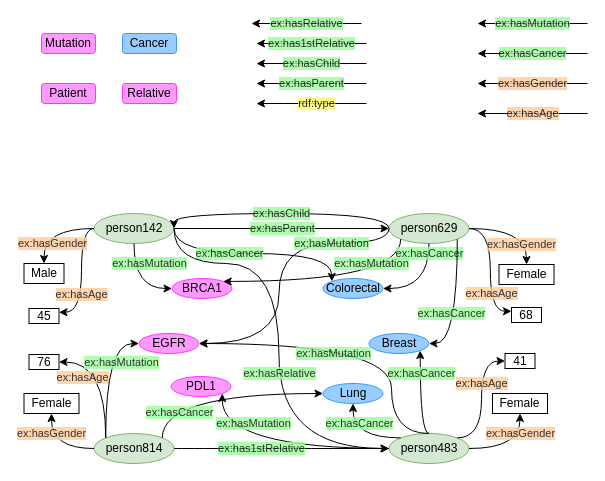
This is Untitled Diagram.drawio from jason-huanghao/drawio_graphs, a draw.io file, before an edit. Source tidied: cells renumbered, new cells numbered last; positions are measured from the earlier drawing's top-left corner, leaving out a move shared by most shapes. Both pictures are drawn from the tidied source at 100%, with x=0, y=0 at pixel (23, 23).
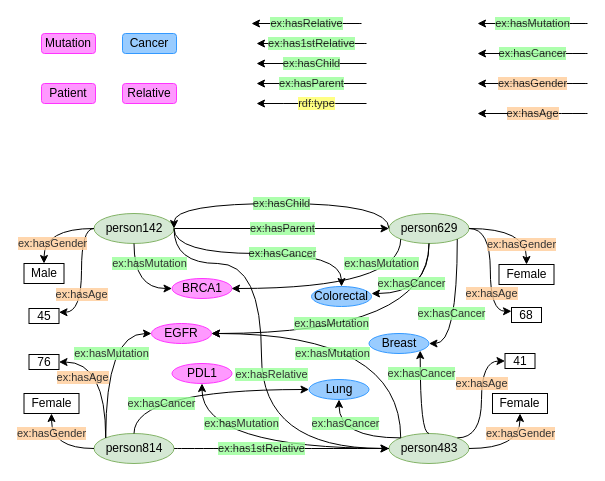
The same page after the edit.

Unchanged cells that the change refers to:
```xml
<mxCell id="3" value="person142" style="ellipse;whiteSpace=wrap;html=1;fillColor=#d5e8d4;strokeColor=#82b366;" parent="1" vertex="1">
  <mxGeometry x="70.5" y="190" width="80" height="30" as="geometry" />
</mxCell>
<mxCell id="4" value="person629" style="ellipse;whiteSpace=wrap;html=1;fillColor=#d5e8d4;strokeColor=#82b366;" parent="1" vertex="1">
  <mxGeometry x="365.5" y="190" width="80" height="30" as="geometry" />
</mxCell>
<mxCell id="13" value="BRCA1" style="ellipse;whiteSpace=wrap;html=1;fillColor=#FF99FF;strokeColor=#FF33FF;" parent="1" vertex="1">
  <mxGeometry x="148.5" y="255" width="60" height="20" as="geometry" />
</mxCell>
<mxCell id="15" value="person483" style="ellipse;whiteSpace=wrap;html=1;fillColor=#d5e8d4;strokeColor=#82b366;" parent="1" vertex="1">
  <mxGeometry x="365.5" y="410" width="80" height="30" as="geometry" />
</mxCell>
<mxCell id="16" value="person814" style="ellipse;whiteSpace=wrap;html=1;fillColor=#d5e8d4;strokeColor=#82b366;" parent="1" vertex="1">
  <mxGeometry x="70.5" y="410" width="80" height="30" as="geometry" />
</mxCell>
```

Change to the diagram source:
```diff
@@
     <mxCell id="12" value="EGFR" style="ellipse;whiteSpace=wrap;html=1;fillColor=#FF99FF;strokeColor=#FF33FF;" parent="1" vertex="1">
-      <mxGeometry x="115.5" y="310" width="60" height="20" as="geometry" />
+      <mxGeometry x="128" y="300" width="60" height="20" as="geometry" />
     </mxCell>
@@
     <mxCell id="18" value="Lung" style="ellipse;whiteSpace=wrap;html=1;fillColor=#99CCFF;strokeColor=#3399FF;" parent="1" vertex="1">
-      <mxGeometry x="299.5" y="360" width="60" height="20" as="geometry" />
+      <mxGeometry x="285.5" y="356" width="60" height="20" as="geometry" />
     </mxCell>
@@
     <mxCell id="20" value="Colorectal" style="ellipse;whiteSpace=wrap;html=1;fillColor=#99CCFF;strokeColor=#3399FF;" parent="1" vertex="1">
-      <mxGeometry x="299.5" y="255" width="60" height="20" as="geometry" />
+      <mxGeometry x="288" y="263" width="60" height="20" as="geometry" />
     </mxCell>
@@
     <mxCell id="23" value="PDL1" style="ellipse;whiteSpace=wrap;html=1;fillColor=#FF99FF;strokeColor=#FF33FF;" parent="1" vertex="1">
-      <mxGeometry x="147.5" y="353" width="60" height="20" as="geometry" />
+      <mxGeometry x="148.5" y="340" width="60" height="20" as="geometry" />
     </mxCell>
@@
     <mxCell id="26" value="ex:hasChild" style="edgeStyle=orthogonalEdgeStyle;rounded=0;jettySize=auto;html=1;exitX=0;exitY=0.5;exitDx=0;exitDy=0;curved=1;labelBackgroundColor=#99FF99;entryX=1;entryY=0.5;entryDx=0;entryDy=0;textOpacity=80;" parent="1" edge="1" source="4" target="3">
       <mxGeometry relative="1" as="geometry">
         <Array as="points">
-          <mxPoint x="365.5" y="190" />
-          <mxPoint x="150.5" y="190" />
+          <mxPoint x="366" y="180" />
+          <mxPoint x="151" y="180" />
         </Array>
       </mxGeometry>
     </mxCell>
@@
-    <mxCell id="41" value="ex:hasMutation" style="edgeStyle=orthogonalEdgeStyle;rounded=0;jettySize=auto;html=1;exitX=0;exitY=1;exitDx=0;exitDy=0;curved=1;labelBackgroundColor=#99FF99;entryX=1;entryY=0;entryDx=0;entryDy=0;textOpacity=80;" parent="1" edge="1" source="4" target="13">
-      <mxGeometry x="-0.35" y="-18" relative="1" as="geometry">
+    <mxCell id="41" value="ex:hasMutation" style="edgeStyle=orthogonalEdgeStyle;rounded=0;jettySize=auto;html=1;exitX=0;exitY=1;exitDx=0;exitDy=0;curved=1;labelBackgroundColor=#99FF99;entryX=0.992;entryY=0.5;entryDx=0;entryDy=0;textOpacity=80;entryPerimeter=0;" parent="1" edge="1" source="4" target="13">
+      <mxGeometry x="-0.78" y="-19" relative="1" as="geometry">
         <Array as="points">
-          <mxPoint x="377.5" y="258" />
+          <mxPoint x="377" y="265" />
         </Array>
       </mxGeometry>
     </mxCell>
-    <mxCell id="42" value="ex:hasMutation" style="edgeStyle=orthogonalEdgeStyle;rounded=0;jettySize=auto;html=1;exitX=0;exitY=0.5;exitDx=0;exitDy=0;curved=1;labelBackgroundColor=#99FF99;entryX=1;entryY=0.5;entryDx=0;entryDy=0;textOpacity=80;" parent="1" edge="1" source="4" target="12">
-      <mxGeometry x="-0.52" relative="1" as="geometry">
+    <mxCell id="42" value="ex:hasMutation" style="edgeStyle=orthogonalEdgeStyle;rounded=0;jettySize=auto;html=1;exitX=0.5;exitY=1;exitDx=0;exitDy=0;curved=1;labelBackgroundColor=#99FF99;entryX=1;entryY=0.5;entryDx=0;entryDy=0;textOpacity=80;" parent="1" edge="1" source="4" target="12">
+      <mxGeometry x="0.22" y="-10" relative="1" as="geometry">
         <Array as="points">
-          <mxPoint x="365.5" y="220" />
-          <mxPoint x="255.5" y="220" />
-          <mxPoint x="255.5" y="320" />
+          <mxPoint x="406" y="310" />
         </Array>
       </mxGeometry>
     </mxCell>
-    <mxCell id="43" value="ex:hasCancer" style="edgeStyle=orthogonalEdgeStyle;rounded=0;jettySize=auto;html=1;exitX=1;exitY=0.5;exitDx=0;exitDy=0;curved=1;labelBackgroundColor=#99FF99;entryX=0;entryY=0;entryDx=0;entryDy=0;textOpacity=80;" parent="1" edge="1" source="3" target="20">
-      <mxGeometry x="-0.24" relative="1" as="geometry">
-        <Array as="points">
-          <mxPoint x="150.5" y="230" />
-          <mxPoint x="308.5" y="230" />
-        </Array>
-      </mxGeometry>
-    </mxCell>
-    <mxCell id="44" value="ex:hasCancer" style="edgeStyle=orthogonalEdgeStyle;rounded=0;jettySize=auto;html=1;exitX=0.5;exitY=1;exitDx=0;exitDy=0;curved=1;labelBackgroundColor=#99FF99;entryX=1;entryY=0.5;entryDx=0;entryDy=0;textOpacity=80;" parent="1" edge="1" source="4" target="20">
-      <mxGeometry x="-0.78" relative="1" as="geometry" />
+    <mxCell id="44" value="ex:hasCancer" style="edgeStyle=orthogonalEdgeStyle;rounded=0;jettySize=auto;html=1;exitX=0.5;exitY=1;exitDx=0;exitDy=0;curved=1;labelBackgroundColor=#99FF99;textOpacity=80;" parent="1" edge="1" source="4">
+      <mxGeometry x="0.26" y="-10" relative="1" as="geometry">
+        <mxPoint x="348" y="270" as="targetPoint" />
+        <Array as="points">
+          <mxPoint x="406" y="270" />
+        </Array>
+      </mxGeometry>
     </mxCell>
-    <mxCell id="45" value="ex:hasRelative" style="edgeStyle=orthogonalEdgeStyle;rounded=0;jettySize=auto;html=1;exitX=1;exitY=0.5;exitDx=0;exitDy=0;curved=1;labelBackgroundColor=#99FF99;entryX=0;entryY=0.5;entryDx=0;entryDy=0;textOpacity=80;" parent="1" edge="1" source="3" target="15">
-      <mxGeometry x="0.15" relative="1" as="geometry">
-        <Array as="points">
-          <mxPoint x="150.5" y="240" />
-          <mxPoint x="255.5" y="240" />
-          <mxPoint x="255.5" y="425" />
-        </Array>
-      </mxGeometry>
-    </mxCell>
-    <mxCell id="46" value="ex:hasMutation" style="edgeStyle=orthogonalEdgeStyle;rounded=0;jettySize=auto;html=1;exitX=0.5;exitY=0;exitDx=0;exitDy=0;curved=1;labelBackgroundColor=#99FF99;entryX=1;entryY=0.5;entryDx=0;entryDy=0;textOpacity=80;" parent="1" edge="1" source="15" target="12">
-      <mxGeometry x="0.17" y="10" relative="1" as="geometry">
+    <mxCell id="46" value="ex:hasMutation" style="edgeStyle=orthogonalEdgeStyle;rounded=0;jettySize=auto;html=1;curved=1;labelBackgroundColor=#99FF99;entryX=1;entryY=0.5;entryDx=0;entryDy=0;textOpacity=80;exitX=0;exitY=0;exitDx=0;exitDy=0;" parent="1" edge="1" source="15" target="12">
+      <mxGeometry x="0.18" y="20" relative="1" as="geometry">
         <Array as="points">
-          <mxPoint x="368" y="410" />
-          <mxPoint x="368" y="320" />
+          <mxPoint x="377" y="310" />
         </Array>
-        <mxPoint x="1" as="offset" />
       </mxGeometry>
     </mxCell>
@@
     <mxCell id="48" value="ex:hasMutation" style="edgeStyle=orthogonalEdgeStyle;rounded=0;jettySize=auto;html=1;exitX=0;exitY=0;exitDx=0;exitDy=0;curved=1;labelBackgroundColor=#99FF99;entryX=0;entryY=0.5;entryDx=0;entryDy=0;textOpacity=80;" parent="1" edge="1" source="16" target="12">
-      <mxGeometry x="0.17" y="-16" relative="1" as="geometry">
+      <mxGeometry x="0.46" y="-20" relative="1" as="geometry">
         <Array as="points">
-          <mxPoint x="82.5" y="320" />
+          <mxPoint x="82" y="310" />
         </Array>
       </mxGeometry>
     </mxCell>
-    <mxCell id="49" value="ex:hasCancer" style="edgeStyle=orthogonalEdgeStyle;rounded=0;jettySize=auto;html=1;exitX=1;exitY=0;exitDx=0;exitDy=0;curved=1;labelBackgroundColor=#99FF99;entryX=0;entryY=0.5;entryDx=0;entryDy=0;textOpacity=80;" parent="1" edge="1" source="16" target="18">
-      <mxGeometry x="-0.76" y="-17" relative="1" as="geometry">
+    <mxCell id="49" value="ex:hasCancer" style="edgeStyle=orthogonalEdgeStyle;rounded=0;jettySize=auto;html=1;exitX=0.5;exitY=0;exitDx=0;exitDy=0;curved=1;labelBackgroundColor=#99FF99;entryX=0;entryY=0.5;entryDx=0;entryDy=0;textOpacity=80;" parent="1" edge="1" source="16" target="18">
+      <mxGeometry x="-0.35" y="-14" relative="1" as="geometry">
         <Array as="points">
-          <mxPoint x="138.5" y="370" />
+          <mxPoint x="111" y="366" />
         </Array>
       </mxGeometry>
     </mxCell>
@@
-    <mxCell id="52" value="ex:hasMutation" style="edgeStyle=orthogonalEdgeStyle;rounded=0;jettySize=auto;html=1;exitX=0;exitY=0.5;exitDx=0;exitDy=0;curved=1;labelBackgroundColor=#99FF99;entryX=1;entryY=1;entryDx=0;entryDy=0;textOpacity=80;" parent="1" edge="1" source="15" target="23">
-      <mxGeometry x="0.24" y="-25" relative="1" as="geometry">
+    <mxCell id="52" value="ex:hasMutation" style="edgeStyle=orthogonalEdgeStyle;rounded=0;jettySize=auto;html=1;exitX=0;exitY=0.5;exitDx=0;exitDy=0;curved=1;labelBackgroundColor=#99FF99;entryX=0.5;entryY=1;entryDx=0;entryDy=0;textOpacity=80;" parent="1" edge="1" source="15" target="23">
+      <mxGeometry x="0.18" y="-25" relative="1" as="geometry">
         <mxPoint x="1" as="offset" />
       </mxGeometry>
     </mxCell>
@@
+    <mxCell id="45" value="ex:hasRelative" style="edgeStyle=orthogonalEdgeStyle;rounded=0;jettySize=auto;html=1;exitX=1;exitY=0.5;exitDx=0;exitDy=0;curved=1;labelBackgroundColor=#99FF99;entryX=0;entryY=0.5;entryDx=0;entryDy=0;textOpacity=80;" parent="1" edge="1" source="3" target="15">
+      <mxGeometry x="0.07" y="10" relative="1" as="geometry">
+        <Array as="points">
+          <mxPoint x="151" y="240" />
+          <mxPoint x="238" y="240" />
+          <mxPoint x="238" y="425" />
+        </Array>
+      </mxGeometry>
+    </mxCell>
+    <mxCell id="43" value="ex:hasCancer" style="edgeStyle=orthogonalEdgeStyle;rounded=0;jettySize=auto;html=1;exitX=1;exitY=0.5;exitDx=0;exitDy=0;curved=1;labelBackgroundColor=#99FF99;entryX=0.5;entryY=0;entryDx=0;entryDy=0;textOpacity=80;" parent="1" edge="1" source="3" target="20">
+      <mxGeometry x="0.18" relative="1" as="geometry">
+        <Array as="points">
+          <mxPoint x="151" y="230" />
+          <mxPoint x="318" y="230" />
+        </Array>
+      </mxGeometry>
+    </mxCell>
```
